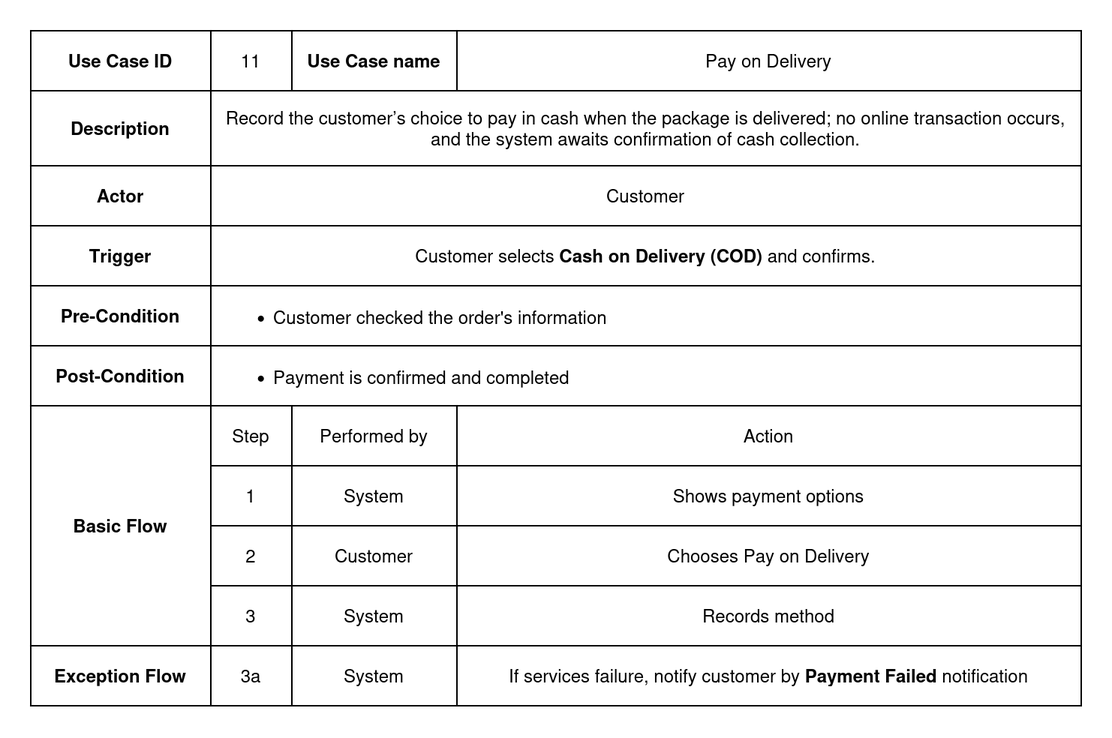
The draw.io diagram documentation/Images/usecase_metadata_card/uc_11_pay_on_delivery.drawio.png in auphong2707/itse-laptopshop-management-web-application, before a commit. Source tidied: cells renumbered, new cells last; positions are measured from the earlier drawing's top-left corner, leaving out a move shared by most shapes.
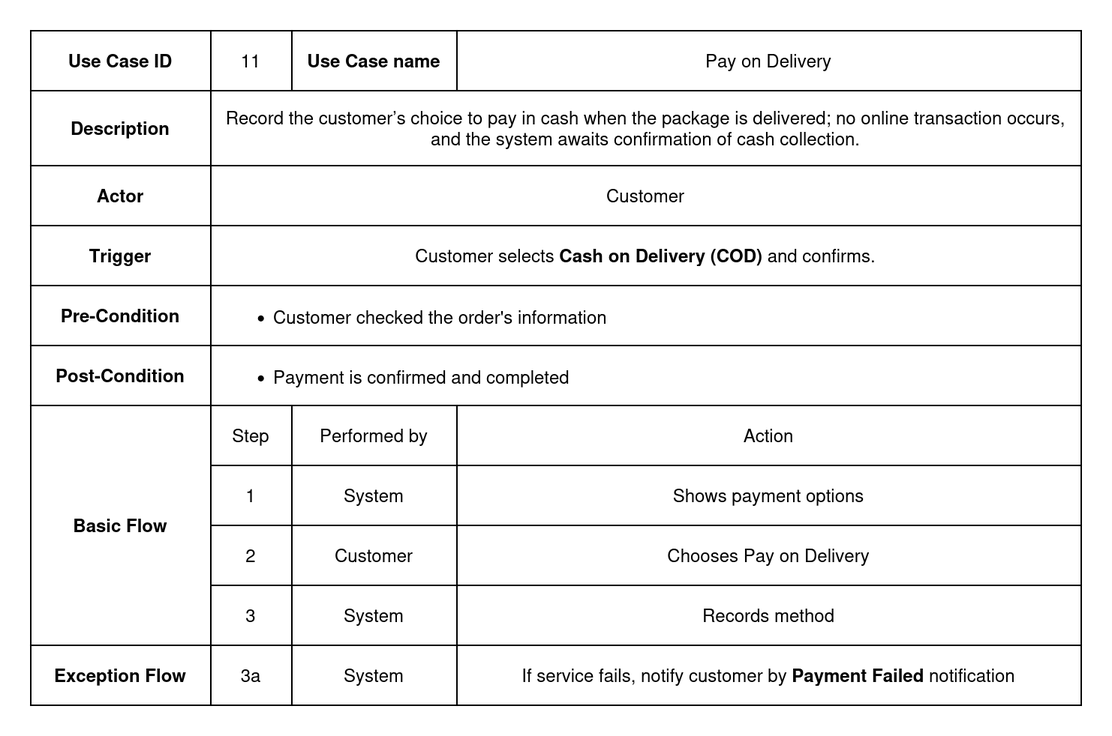
The same file after the commit.

Diff of the diagram source:
```diff
@@ -86,9 +86,9 @@
     <mxCell id="29" value="1" style="shape=partialRectangle;html=1;whiteSpace=wrap;strokeColor=inherit;overflow=hidden;fillColor=none;top=0;left=0;bottom=0;right=0;" parent="28" vertex="1">
       <mxGeometry x="120" width="54" height="40" as="geometry" />
     </mxCell>
-    <mxCell id="30" value="System" style="shape=partialRectangle;html=1;whiteSpace=wrap;strokeColor=inherit;overflow=hidden;fillColor=none;top=0;left=0;bottom=0;right=0;" parent="28" vertex="1">
-      <mxGeometry x="174" width="110" height="40" as="geometry" />
-    </mxCell>
+    <mxCell id="45" value="System" style="shape=partialRectangle;html=1;whiteSpace=wrap;strokeColor=inherit;overflow=hidden;fillColor=none;top=0;left=0;bottom=0;right=0;" parent="28" vertex="1">
+      <mxGeometry x="174" width="110" height="40" as="geometry" />
+    </mxCell>
     <mxCell id="31" value="Shows payment options" style="shape=partialRectangle;html=1;whiteSpace=wrap;strokeColor=inherit;overflow=hidden;fillColor=none;top=0;left=0;bottom=0;right=0;fontStyle=0;" parent="28" vertex="1">
       <mxGeometry x="284" width="416" height="40" as="geometry" />
     </mxCell>
@@ -110,9 +110,9 @@
     <mxCell id="37" value="3" style="shape=partialRectangle;html=1;whiteSpace=wrap;strokeColor=inherit;overflow=hidden;fillColor=none;top=0;left=0;bottom=0;right=0;" parent="36" vertex="1">
       <mxGeometry x="120" width="54" height="40" as="geometry" />
     </mxCell>
-    <mxCell id="38" value="System" style="shape=partialRectangle;html=1;whiteSpace=wrap;strokeColor=inherit;overflow=hidden;fillColor=none;top=0;left=0;bottom=0;right=0;" parent="36" vertex="1">
-      <mxGeometry x="174" width="110" height="40" as="geometry" />
-    </mxCell>
+    <mxCell id="46" value="System" style="shape=partialRectangle;html=1;whiteSpace=wrap;strokeColor=inherit;overflow=hidden;fillColor=none;top=0;left=0;bottom=0;right=0;" parent="36" vertex="1">
+      <mxGeometry x="174" width="110" height="40" as="geometry" />
+    </mxCell>
     <mxCell id="39" value="Records method" style="shape=partialRectangle;html=1;whiteSpace=wrap;strokeColor=inherit;overflow=hidden;fillColor=none;top=0;left=0;bottom=0;right=0;" parent="36" vertex="1">
       <mxGeometry x="284" width="416" height="40" as="geometry" />
     </mxCell>
@@ -125,11 +125,11 @@
     <mxCell id="42" value="3a" style="shape=partialRectangle;html=1;whiteSpace=wrap;strokeColor=inherit;overflow=hidden;fillColor=none;top=0;left=0;bottom=0;right=0;" parent="40" vertex="1">
       <mxGeometry x="120" width="54" height="40" as="geometry" />
     </mxCell>
-    <mxCell id="43" value="System" style="shape=partialRectangle;html=1;whiteSpace=wrap;strokeColor=inherit;overflow=hidden;fillColor=none;top=0;left=0;bottom=0;right=0;" parent="40" vertex="1">
-      <mxGeometry x="174" width="110" height="40" as="geometry" />
-    </mxCell>
-    <mxCell id="44" value="If services failure, notify customer by &lt;b&gt;Payment Failed&lt;/b&gt; notification" style="shape=partialRectangle;html=1;whiteSpace=wrap;strokeColor=inherit;overflow=hidden;fillColor=none;top=0;left=0;bottom=0;right=0;" parent="40" vertex="1">
-      <mxGeometry x="284" width="416" height="40" as="geometry" />
-    </mxCell>
+    <mxCell id="47" value="System" style="shape=partialRectangle;html=1;whiteSpace=wrap;strokeColor=inherit;overflow=hidden;fillColor=none;top=0;left=0;bottom=0;right=0;" parent="40" vertex="1">
+      <mxGeometry x="174" width="110" height="40" as="geometry" />
+    </mxCell>
+    <mxCell id="48" value="If service fails, notify customer by &lt;b&gt;Payment Failed&lt;/b&gt; notification" style="shape=partialRectangle;html=1;whiteSpace=wrap;strokeColor=inherit;overflow=hidden;fillColor=none;top=0;left=0;bottom=0;right=0;" parent="40" vertex="1">
+      <mxGeometry x="284" width="416" height="40" as="geometry" />
+    </mxCell>
   </root>
 </mxGraphModel>
```
